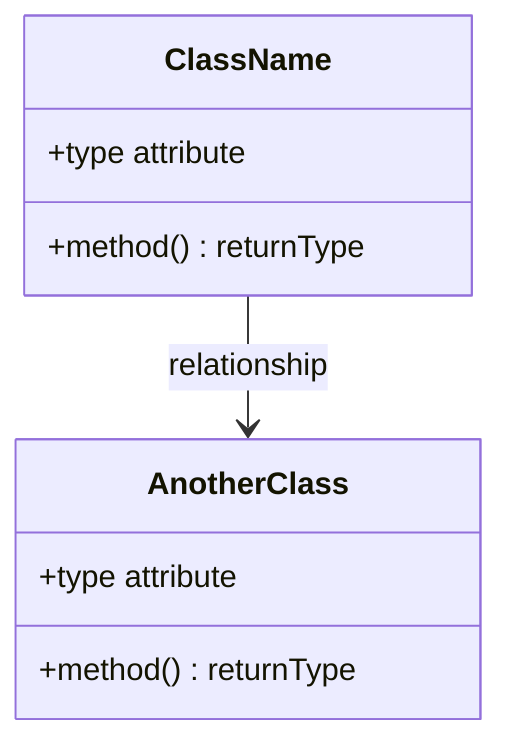
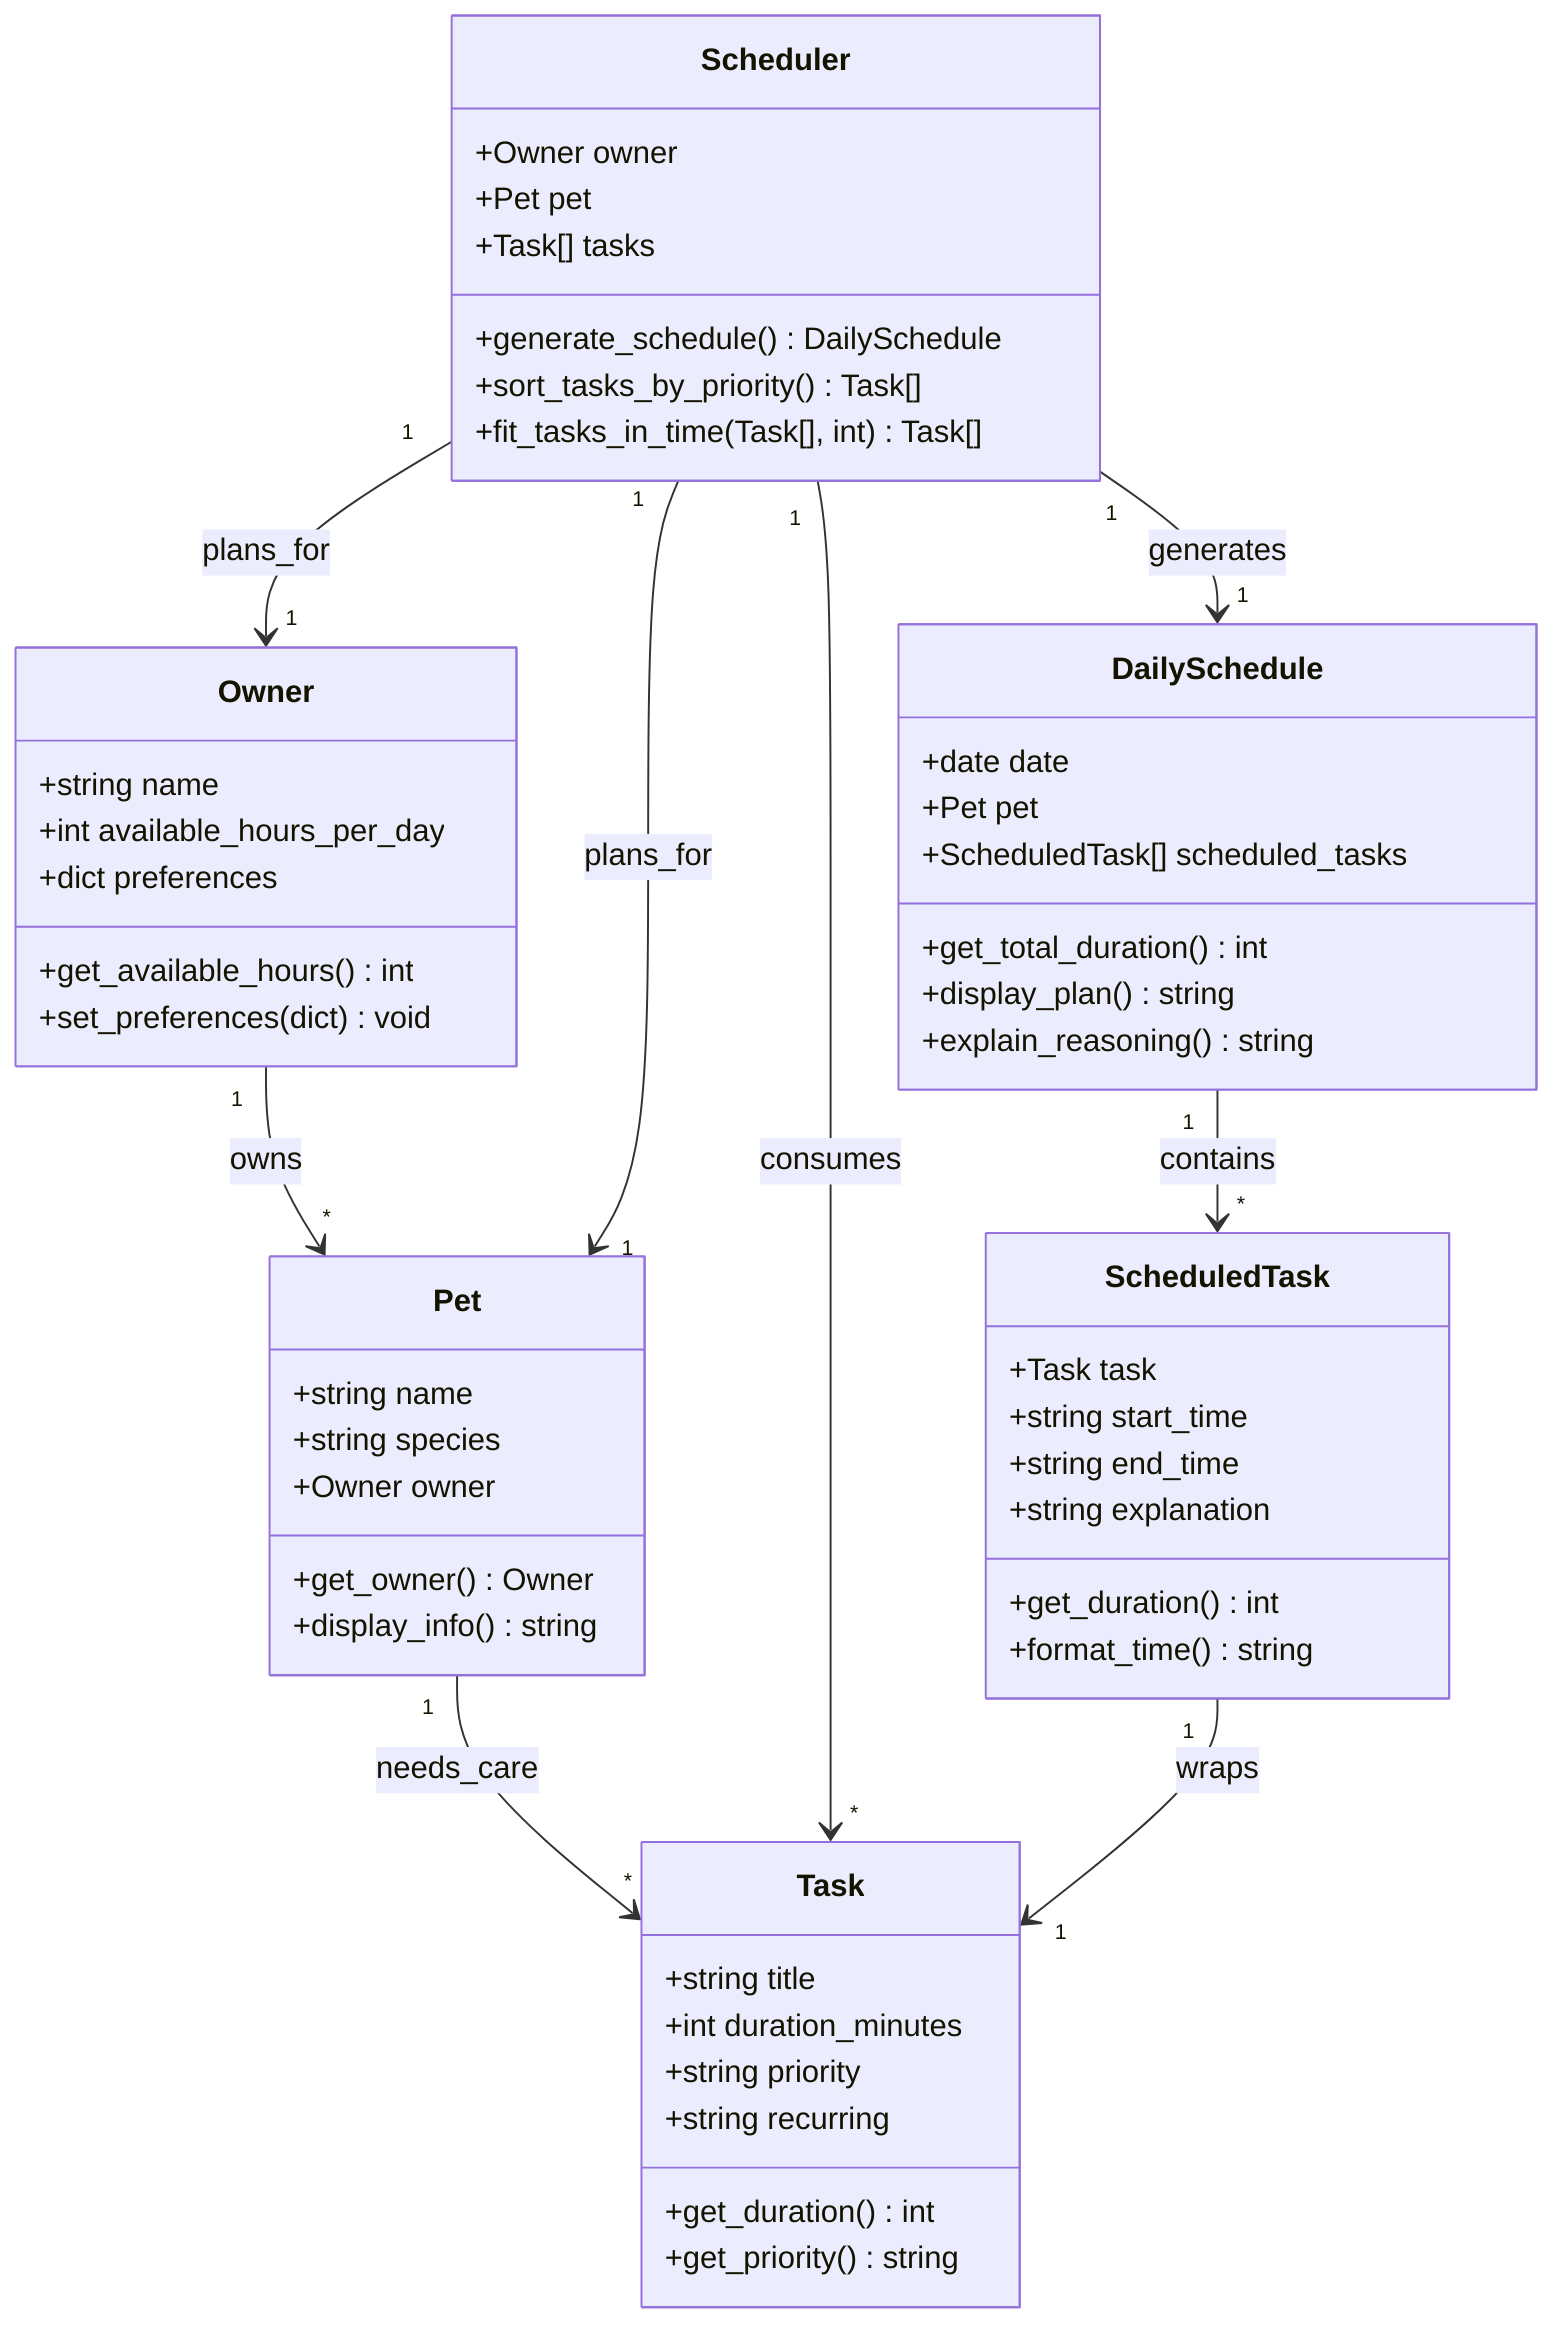
classDiagram
-     %% Replace the placeholders below with your actual classes, attributes, methods, and relationships.
-     %% Keep this file updated so it matches your final implementation.
+     %% PawPal+ UML Class Diagram
+     %% Classes for managing pets, tasks, and scheduling

-     class ClassName {
-         +type attribute
-         +method() returnType
+     class Owner {
+         +string name
+         +int available_hours_per_day
+         +dict preferences
+         +get_available_hours() int
+         +set_preferences(dict) void
    }

-     class AnotherClass {
-         +type attribute
-         +method() returnType
+     class Pet {
+         +string name
+         +string species
+         +Owner owner
+         +get_owner() Owner
+         +display_info() string
    }

-     ClassName --> AnotherClass : relationship
+     class Task {
+         +string title
+         +int duration_minutes
+         +string priority
+         +string recurring
+         +get_duration() int
+         +get_priority() string
+     }
+ 
+     class Scheduler {
+         +Owner owner
+         +Pet pet
+         +Task[] tasks
+         +generate_schedule() DailySchedule
+         +sort_tasks_by_priority() Task[]
+         +fit_tasks_in_time(Task[], int) Task[]
+     }
+ 
+     class DailySchedule {
+         +date date
+         +Pet pet
+         +ScheduledTask[] scheduled_tasks
+         +get_total_duration() int
+         +display_plan() string
+         +explain_reasoning() string
+     }
+ 
+     class ScheduledTask {
+         +Task task
+         +string start_time
+         +string end_time
+         +string explanation
+         +get_duration() int
+         +format_time() string
+     }
+ 
+     %% Relationships
+     Owner "1" --> "*" Pet : owns
+     Pet "1" --> "*" Task : needs_care
+     Scheduler "1" --> "1" Owner : plans_for
+     Scheduler "1" --> "1" Pet : plans_for
+     Scheduler "1" --> "*" Task : consumes
+     Scheduler "1" --> "1" DailySchedule : generates
+     DailySchedule "1" --> "*" ScheduledTask : contains
+     ScheduledTask "1" --> "1" Task : wraps
